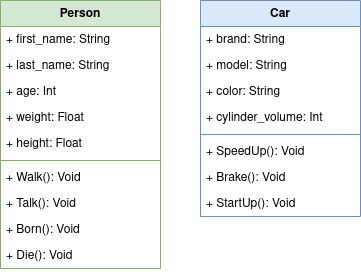
Above: diagramas_clase/Diagrama-clase-practica1.drawio.png in JesusLugo2002/ETS (draw.io), before the change. Source tidied: cells renumbered, new cells last; positions are measured from the earlier drawing's top-left corner, leaving out a move shared by most shapes.
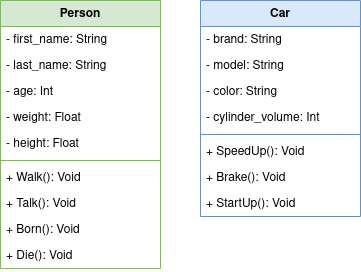
Later version of the same file.

Change to the diagram source:
```diff
@@ -5,19 +5,19 @@
     <mxCell id="2" value="Person" style="swimlane;fontStyle=1;align=center;verticalAlign=top;horizontal=1;startSize=26;whiteSpace=wrap;html=1;fillColor=#d5e8d4;strokeColor=#82b366;" parent="1" vertex="1">
       <mxGeometry width="160" height="268" as="geometry" />
     </mxCell>
-    <mxCell id="3" value="&lt;div&gt;+ first_name: String&lt;/div&gt;" style="text;strokeColor=none;fillColor=none;align=left;verticalAlign=top;spacingLeft=4;spacingRight=4;overflow=hidden;whiteSpace=wrap;html=1;" parent="2" vertex="1">
+    <mxCell id="3" value="&lt;div&gt;- first_name: String&lt;/div&gt;" style="text;strokeColor=none;fillColor=none;align=left;verticalAlign=top;spacingLeft=4;spacingRight=4;overflow=hidden;whiteSpace=wrap;html=1;" parent="2" vertex="1">
       <mxGeometry y="26" width="160" height="26" as="geometry" />
     </mxCell>
-    <mxCell id="4" value="&lt;div&gt;+ last_name: String&lt;/div&gt;" style="text;strokeColor=none;fillColor=none;align=left;verticalAlign=top;spacingLeft=4;spacingRight=4;overflow=hidden;whiteSpace=wrap;html=1;" parent="2" vertex="1">
+    <mxCell id="4" value="&lt;div&gt;- last_name: String&lt;/div&gt;" style="text;strokeColor=none;fillColor=none;align=left;verticalAlign=top;spacingLeft=4;spacingRight=4;overflow=hidden;whiteSpace=wrap;html=1;" parent="2" vertex="1">
       <mxGeometry y="52" width="160" height="26" as="geometry" />
     </mxCell>
-    <mxCell id="5" value="+ age: Int" style="text;strokeColor=none;fillColor=none;align=left;verticalAlign=top;spacingLeft=4;spacingRight=4;overflow=hidden;whiteSpace=wrap;html=1;" parent="2" vertex="1">
+    <mxCell id="5" value="- age: Int" style="text;strokeColor=none;fillColor=none;align=left;verticalAlign=top;spacingLeft=4;spacingRight=4;overflow=hidden;whiteSpace=wrap;html=1;" parent="2" vertex="1">
       <mxGeometry y="78" width="160" height="26" as="geometry" />
     </mxCell>
-    <mxCell id="6" value="+ weight: Float" style="text;strokeColor=none;fillColor=none;align=left;verticalAlign=top;spacingLeft=4;spacingRight=4;overflow=hidden;whiteSpace=wrap;html=1;" parent="2" vertex="1">
+    <mxCell id="6" value="- weight: Float" style="text;strokeColor=none;fillColor=none;align=left;verticalAlign=top;spacingLeft=4;spacingRight=4;overflow=hidden;whiteSpace=wrap;html=1;" parent="2" vertex="1">
       <mxGeometry y="104" width="160" height="26" as="geometry" />
     </mxCell>
-    <mxCell id="7" value="+ height: Float" style="text;strokeColor=none;fillColor=none;align=left;verticalAlign=top;spacingLeft=4;spacingRight=4;overflow=hidden;whiteSpace=wrap;html=1;" parent="2" vertex="1">
+    <mxCell id="7" value="- height: Float" style="text;strokeColor=none;fillColor=none;align=left;verticalAlign=top;spacingLeft=4;spacingRight=4;overflow=hidden;whiteSpace=wrap;html=1;" parent="2" vertex="1">
       <mxGeometry y="130" width="160" height="26" as="geometry" />
     </mxCell>
     <mxCell id="8" style="line;strokeWidth=1;fillColor=none;align=left;verticalAlign=middle;spacingTop=-1;spacingLeft=3;spacingRight=3;labelPosition=right;strokeColor=inherit;" parent="2" vertex="1">
@@ -38,16 +38,16 @@
     <mxCell id="13" value="Car" style="swimlane;fontStyle=1;align=center;verticalAlign=top;horizontal=1;startSize=26;whiteSpace=wrap;html=1;fillColor=#dae8fc;strokeColor=#6c8ebf;" parent="1" vertex="1">
       <mxGeometry x="200" width="160" height="216" as="geometry" />
     </mxCell>
-    <mxCell id="14" value="&lt;div&gt;+ brand: String&lt;/div&gt;" style="text;strokeColor=none;fillColor=none;align=left;verticalAlign=top;spacingLeft=4;spacingRight=4;overflow=hidden;whiteSpace=wrap;html=1;" parent="13" vertex="1">
+    <mxCell id="14" value="&lt;div&gt;- brand: String&lt;/div&gt;" style="text;strokeColor=none;fillColor=none;align=left;verticalAlign=top;spacingLeft=4;spacingRight=4;overflow=hidden;whiteSpace=wrap;html=1;" parent="13" vertex="1">
       <mxGeometry y="26" width="160" height="26" as="geometry" />
     </mxCell>
-    <mxCell id="15" value="+ model: String" style="text;strokeColor=none;fillColor=none;align=left;verticalAlign=top;spacingLeft=4;spacingRight=4;overflow=hidden;whiteSpace=wrap;html=1;" parent="13" vertex="1">
+    <mxCell id="15" value="- model: String" style="text;strokeColor=none;fillColor=none;align=left;verticalAlign=top;spacingLeft=4;spacingRight=4;overflow=hidden;whiteSpace=wrap;html=1;" parent="13" vertex="1">
       <mxGeometry y="52" width="160" height="26" as="geometry" />
     </mxCell>
-    <mxCell id="16" value="+ color: String" style="text;strokeColor=none;fillColor=none;align=left;verticalAlign=top;spacingLeft=4;spacingRight=4;overflow=hidden;whiteSpace=wrap;html=1;" parent="13" vertex="1">
+    <mxCell id="16" value="- color: String" style="text;strokeColor=none;fillColor=none;align=left;verticalAlign=top;spacingLeft=4;spacingRight=4;overflow=hidden;whiteSpace=wrap;html=1;" parent="13" vertex="1">
       <mxGeometry y="78" width="160" height="26" as="geometry" />
     </mxCell>
-    <mxCell id="17" value="+ cylinder_volume: Int" style="text;strokeColor=none;fillColor=none;align=left;verticalAlign=top;spacingLeft=4;spacingRight=4;overflow=hidden;whiteSpace=wrap;html=1;" parent="13" vertex="1">
+    <mxCell id="17" value="- cylinder_volume: Int" style="text;strokeColor=none;fillColor=none;align=left;verticalAlign=top;spacingLeft=4;spacingRight=4;overflow=hidden;whiteSpace=wrap;html=1;" parent="13" vertex="1">
       <mxGeometry y="104" width="160" height="26" as="geometry" />
     </mxCell>
     <mxCell id="18" style="line;strokeWidth=1;fillColor=none;align=left;verticalAlign=middle;spacingTop=-1;spacingLeft=3;spacingRight=3;labelPosition=right;strokeColor=inherit;" parent="13" vertex="1">
```
